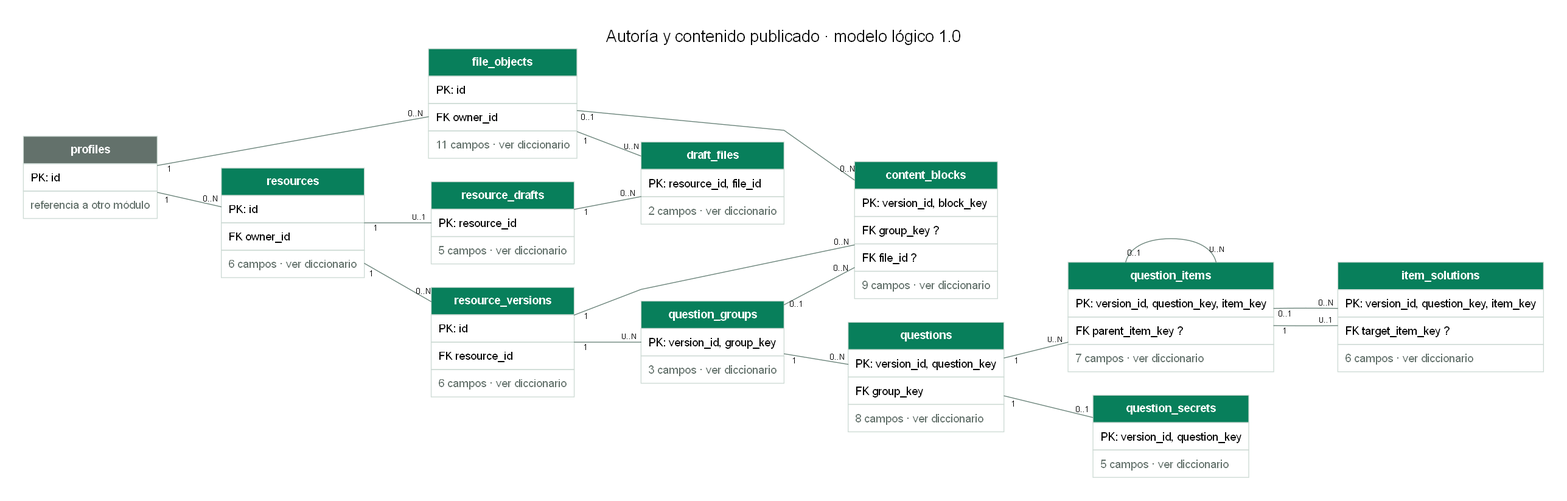
CubeFreaKLab/aulify keeps this Graphviz diagram as docs/modelado/diagramas/02-autoria.png. Above is the earlier version. Its source is kept beside it as docs/modelado/diagramas/02-autoria.dot.
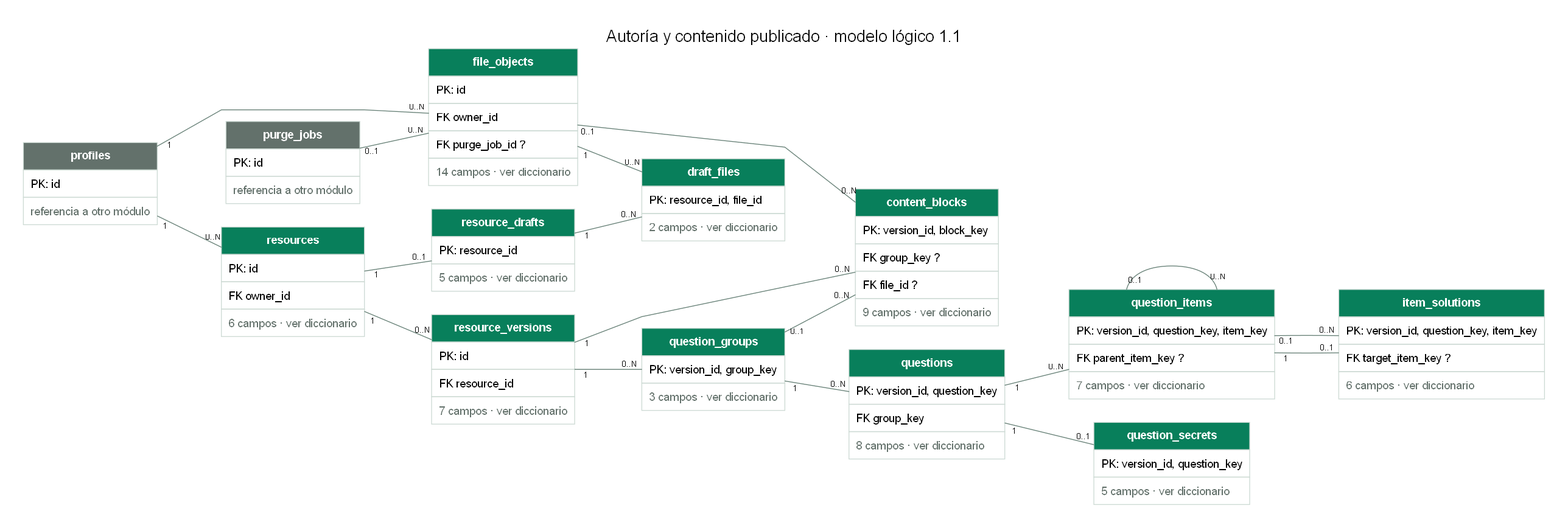
The same diagram one commit later.

Diff of the diagram source:
```diff
@@ -1,20 +1,22 @@
 digraph modelo {
-graph [rankdir=LR, bgcolor="#ffffff", pad=0.4, nodesep=0.4, ranksep=1.1, splines=polyline, fontname="Arial", fontsize=20, labelloc=t, label="Autoría y contenido publicado · modelo lógico 1.0"];
+graph [rankdir=LR, bgcolor="#ffffff", pad=0.4, nodesep=0.4, ranksep=1.1, splines=polyline, fontname="Arial", fontsize=20, labelloc=t, label="Autoría y contenido publicado · modelo lógico 1.1"];
 node [shape=plain, fontname="Arial"];
 edge [fontname="Arial", fontsize=10, color="#668076", arrowsize=0.6];
 "content_blocks" [label=<<TABLE BORDER="0" CELLBORDER="1" CELLSPACING="0" CELLPADDING="8" COLOR="#CDDAD4"><TR><TD BGCOLOR="#087F5B"><FONT COLOR="white"><B>content_blocks</B></FONT></TD></TR><TR><TD ALIGN="LEFT">PK: version_id, block_key</TD></TR><TR><TD ALIGN="LEFT">FK group_key ?</TD></TR><TR><TD ALIGN="LEFT">FK file_id ?</TD></TR><TR><TD ALIGN="LEFT"><FONT COLOR="#63716B">9 campos · ver diccionario</FONT></TD></TR></TABLE>>];
 "draft_files" [label=<<TABLE BORDER="0" CELLBORDER="1" CELLSPACING="0" CELLPADDING="8" COLOR="#CDDAD4"><TR><TD BGCOLOR="#087F5B"><FONT COLOR="white"><B>draft_files</B></FONT></TD></TR><TR><TD ALIGN="LEFT">PK: resource_id, file_id</TD></TR><TR><TD ALIGN="LEFT"><FONT COLOR="#63716B">2 campos · ver diccionario</FONT></TD></TR></TABLE>>];
-"file_objects" [label=<<TABLE BORDER="0" CELLBORDER="1" CELLSPACING="0" CELLPADDING="8" COLOR="#CDDAD4"><TR><TD BGCOLOR="#087F5B"><FONT COLOR="white"><B>file_objects</B></FONT></TD></TR><TR><TD ALIGN="LEFT">PK: id</TD></TR><TR><TD ALIGN="LEFT">FK owner_id</TD></TR><TR><TD ALIGN="LEFT"><FONT COLOR="#63716B">11 campos · ver diccionario</FONT></TD></TR></TABLE>>];
+"file_objects" [label=<<TABLE BORDER="0" CELLBORDER="1" CELLSPACING="0" CELLPADDING="8" COLOR="#CDDAD4"><TR><TD BGCOLOR="#087F5B"><FONT COLOR="white"><B>file_objects</B></FONT></TD></TR><TR><TD ALIGN="LEFT">PK: id</TD></TR><TR><TD ALIGN="LEFT">FK owner_id</TD></TR><TR><TD ALIGN="LEFT">FK purge_job_id ?</TD></TR><TR><TD ALIGN="LEFT"><FONT COLOR="#63716B">14 campos · ver diccionario</FONT></TD></TR></TABLE>>];
 "item_solutions" [label=<<TABLE BORDER="0" CELLBORDER="1" CELLSPACING="0" CELLPADDING="8" COLOR="#CDDAD4"><TR><TD BGCOLOR="#087F5B"><FONT COLOR="white"><B>item_solutions</B></FONT></TD></TR><TR><TD ALIGN="LEFT">PK: version_id, question_key, item_key</TD></TR><TR><TD ALIGN="LEFT">FK target_item_key ?</TD></TR><TR><TD ALIGN="LEFT"><FONT COLOR="#63716B">6 campos · ver diccionario</FONT></TD></TR></TABLE>>];
 "profiles" [label=<<TABLE BORDER="0" CELLBORDER="1" CELLSPACING="0" CELLPADDING="8" COLOR="#CDDAD4"><TR><TD BGCOLOR="#63716B"><FONT COLOR="white"><B>profiles</B></FONT></TD></TR><TR><TD ALIGN="LEFT">PK: id</TD></TR><TR><TD><FONT COLOR="#63716B">referencia a otro módulo</FONT></TD></TR></TABLE>>];
+"purge_jobs" [label=<<TABLE BORDER="0" CELLBORDER="1" CELLSPACING="0" CELLPADDING="8" COLOR="#CDDAD4"><TR><TD BGCOLOR="#63716B"><FONT COLOR="white"><B>purge_jobs</B></FONT></TD></TR><TR><TD ALIGN="LEFT">PK: id</TD></TR><TR><TD><FONT COLOR="#63716B">referencia a otro módulo</FONT></TD></TR></TABLE>>];
 "question_groups" [label=<<TABLE BORDER="0" CELLBORDER="1" CELLSPACING="0" CELLPADDING="8" COLOR="#CDDAD4"><TR><TD BGCOLOR="#087F5B"><FONT COLOR="white"><B>question_groups</B></FONT></TD></TR><TR><TD ALIGN="LEFT">PK: version_id, group_key</TD></TR><TR><TD ALIGN="LEFT"><FONT COLOR="#63716B">3 campos · ver diccionario</FONT></TD></TR></TABLE>>];
 "question_items" [label=<<TABLE BORDER="0" CELLBORDER="1" CELLSPACING="0" CELLPADDING="8" COLOR="#CDDAD4"><TR><TD BGCOLOR="#087F5B"><FONT COLOR="white"><B>question_items</B></FONT></TD></TR><TR><TD ALIGN="LEFT">PK: version_id, question_key, item_key</TD></TR><TR><TD ALIGN="LEFT">FK parent_item_key ?</TD></TR><TR><TD ALIGN="LEFT"><FONT COLOR="#63716B">7 campos · ver diccionario</FONT></TD></TR></TABLE>>];
 "question_secrets" [label=<<TABLE BORDER="0" CELLBORDER="1" CELLSPACING="0" CELLPADDING="8" COLOR="#CDDAD4"><TR><TD BGCOLOR="#087F5B"><FONT COLOR="white"><B>question_secrets</B></FONT></TD></TR><TR><TD ALIGN="LEFT">PK: version_id, question_key</TD></TR><TR><TD ALIGN="LEFT"><FONT COLOR="#63716B">5 campos · ver diccionario</FONT></TD></TR></TABLE>>];
 "questions" [label=<<TABLE BORDER="0" CELLBORDER="1" CELLSPACING="0" CELLPADDING="8" COLOR="#CDDAD4"><TR><TD BGCOLOR="#087F5B"><FONT COLOR="white"><B>questions</B></FONT></TD></TR><TR><TD ALIGN="LEFT">PK: version_id, question_key</TD></TR><TR><TD ALIGN="LEFT">FK group_key</TD></TR><TR><TD ALIGN="LEFT"><FONT COLOR="#63716B">8 campos · ver diccionario</FONT></TD></TR></TABLE>>];
 "resource_drafts" [label=<<TABLE BORDER="0" CELLBORDER="1" CELLSPACING="0" CELLPADDING="8" COLOR="#CDDAD4"><TR><TD BGCOLOR="#087F5B"><FONT COLOR="white"><B>resource_drafts</B></FONT></TD></TR><TR><TD ALIGN="LEFT">PK: resource_id</TD></TR><TR><TD ALIGN="LEFT"><FONT COLOR="#63716B">5 campos · ver diccionario</FONT></TD></TR></TABLE>>];
-"resource_versions" [label=<<TABLE BORDER="0" CELLBORDER="1" CELLSPACING="0" CELLPADDING="8" COLOR="#CDDAD4"><TR><TD BGCOLOR="#087F5B"><FONT COLOR="white"><B>resource_versions</B></FONT></TD></TR><TR><TD ALIGN="LEFT">PK: id</TD></TR><TR><TD ALIGN="LEFT">FK resource_id</TD></TR><TR><TD ALIGN="LEFT"><FONT COLOR="#63716B">6 campos · ver diccionario</FONT></TD></TR></TABLE>>];
+"resource_versions" [label=<<TABLE BORDER="0" CELLBORDER="1" CELLSPACING="0" CELLPADDING="8" COLOR="#CDDAD4"><TR><TD BGCOLOR="#087F5B"><FONT COLOR="white"><B>resource_versions</B></FONT></TD></TR><TR><TD ALIGN="LEFT">PK: id</TD></TR><TR><TD ALIGN="LEFT">FK resource_id</TD></TR><TR><TD ALIGN="LEFT"><FONT COLOR="#63716B">7 campos · ver diccionario</FONT></TD></TR></TABLE>>];
 "resources" [label=<<TABLE BORDER="0" CELLBORDER="1" CELLSPACING="0" CELLPADDING="8" COLOR="#CDDAD4"><TR><TD BGCOLOR="#087F5B"><FONT COLOR="white"><B>resources</B></FONT></TD></TR><TR><TD ALIGN="LEFT">PK: id</TD></TR><TR><TD ALIGN="LEFT">FK owner_id</TD></TR><TR><TD ALIGN="LEFT"><FONT COLOR="#63716B">6 campos · ver diccionario</FONT></TD></TR></TABLE>>];
 "profiles" -> "file_objects" [dir=none, taillabel="1", headlabel="0..N", labeldistance=1.6];
+"purge_jobs" -> "file_objects" [dir=none, taillabel="0..1", headlabel="0..N", labeldistance=1.6];
 "profiles" -> "resources" [dir=none, taillabel="1", headlabel="0..N", labeldistance=1.6];
 "resources" -> "resource_drafts" [dir=none, taillabel="1", headlabel="0..1", labeldistance=1.6];
 "resource_drafts" -> "draft_files" [dir=none, taillabel="1", headlabel="0..N", labeldistance=1.6];
```
